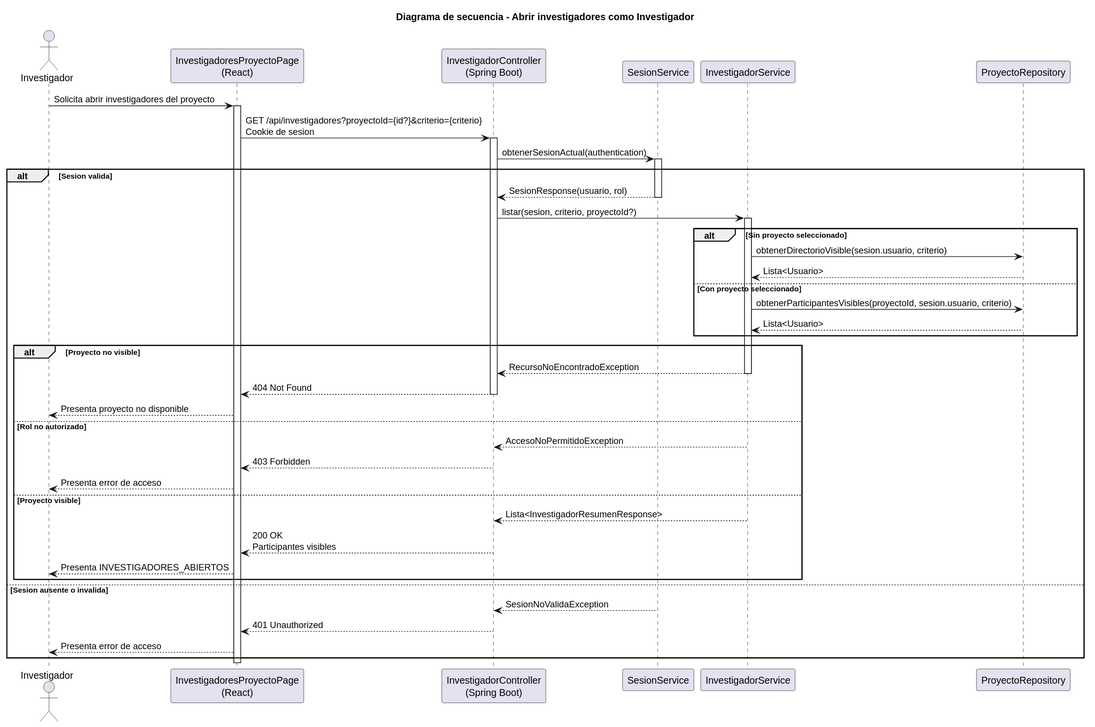
beatriizorozco/25-26-idsw2-sdVC keeps this PlantUML diagram as images/RUP/02-diseño/casos-uso/investigador/abrirInvestigadores/secuencia.svg. Above is the earlier version.
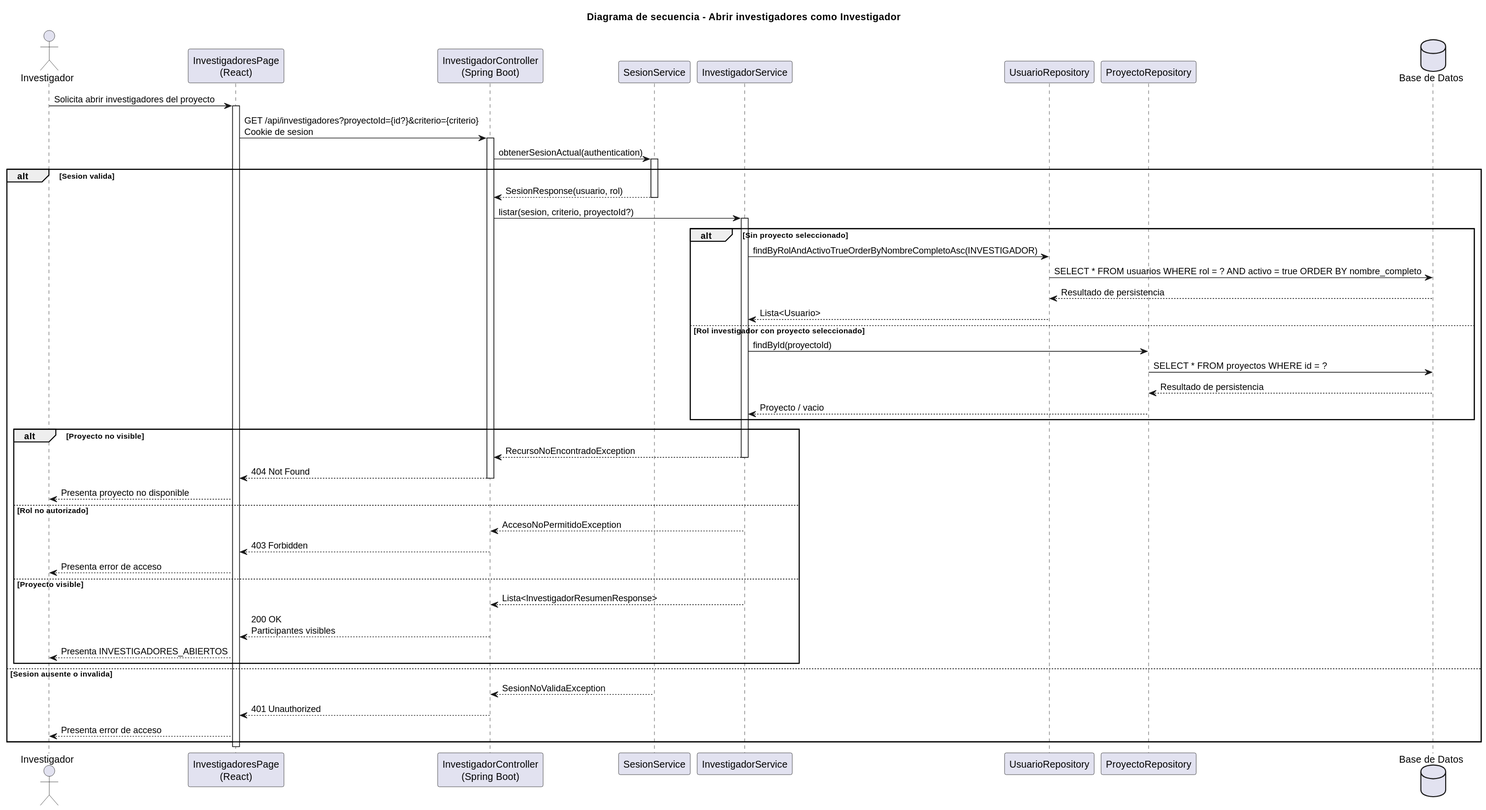
The same diagram one commit later.

What changed in the source:
```diff
@@ -2,11 +2,13 @@
 title Diagrama de secuencia - Abrir investigadores como Investigador
 
 actor Investigador
-participant "InvestigadoresProyectoPage\n(React)" as Frontend
+participant "InvestigadoresPage\n(React)" as Frontend
 participant "InvestigadorController\n(Spring Boot)" as Api
 participant "SesionService" as Sesion
 participant "InvestigadorService" as Service
+participant "UsuarioRepository" as UsuarioRepo
 participant "ProyectoRepository" as ProyectoRepo
+database "Base de Datos" as DB
 
 Investigador -> Frontend: Solicita abrir investigadores del proyecto
 activate Frontend
@@ -20,11 +22,15 @@
     Api -> Service: listar(sesion, criterio, proyectoId?)
     activate Service
     alt Sin proyecto seleccionado
-        Service -> ProyectoRepo: obtenerDirectorioVisible(sesion.usuario, criterio)
-        ProyectoRepo --> Service: Lista<Usuario>
-    else Con proyecto seleccionado
-        Service -> ProyectoRepo: obtenerParticipantesVisibles(proyectoId, sesion.usuario, criterio)
-        ProyectoRepo --> Service: Lista<Usuario>
+        Service -> UsuarioRepo: findByRolAndActivoTrueOrderByNombreCompletoAsc(INVESTIGADOR)
+        UsuarioRepo -> DB: SELECT * FROM usuarios WHERE rol = ? AND activo = true ORDER BY nombre_completo
+        DB --> UsuarioRepo: Resultado de persistencia
+        UsuarioRepo --> Service: Lista<Usuario>
+    else Rol investigador con proyecto seleccionado
+        Service -> ProyectoRepo: findById(proyectoId)
+        ProyectoRepo -> DB: SELECT * FROM proyectos WHERE id = ?
+        DB --> ProyectoRepo: Resultado de persistencia
+        ProyectoRepo --> Service: Proyecto / vacio
     end
     alt Proyecto no visible
         Service --> Api: RecursoNoEncontradoException
```
